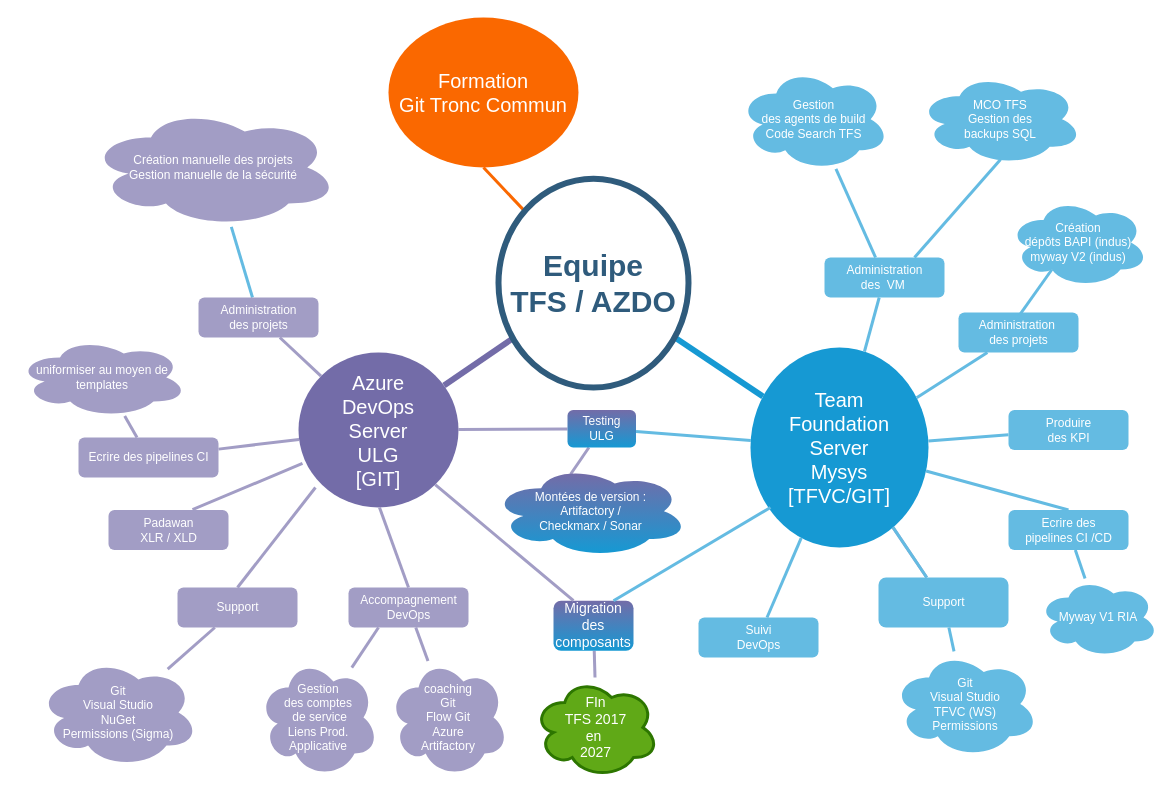
Above: TeamActivities.drawio in jmrablat/diagrams (draw.io), before the change. Source tidied: cells renumbered, new cells numbered last; positions are measured from the earlier drawing's top-left corner, leaving out a move shared by most shapes. Both pictures are drawn from the tidied source at 100%, with x=0, y=0 at pixel (17, 17).
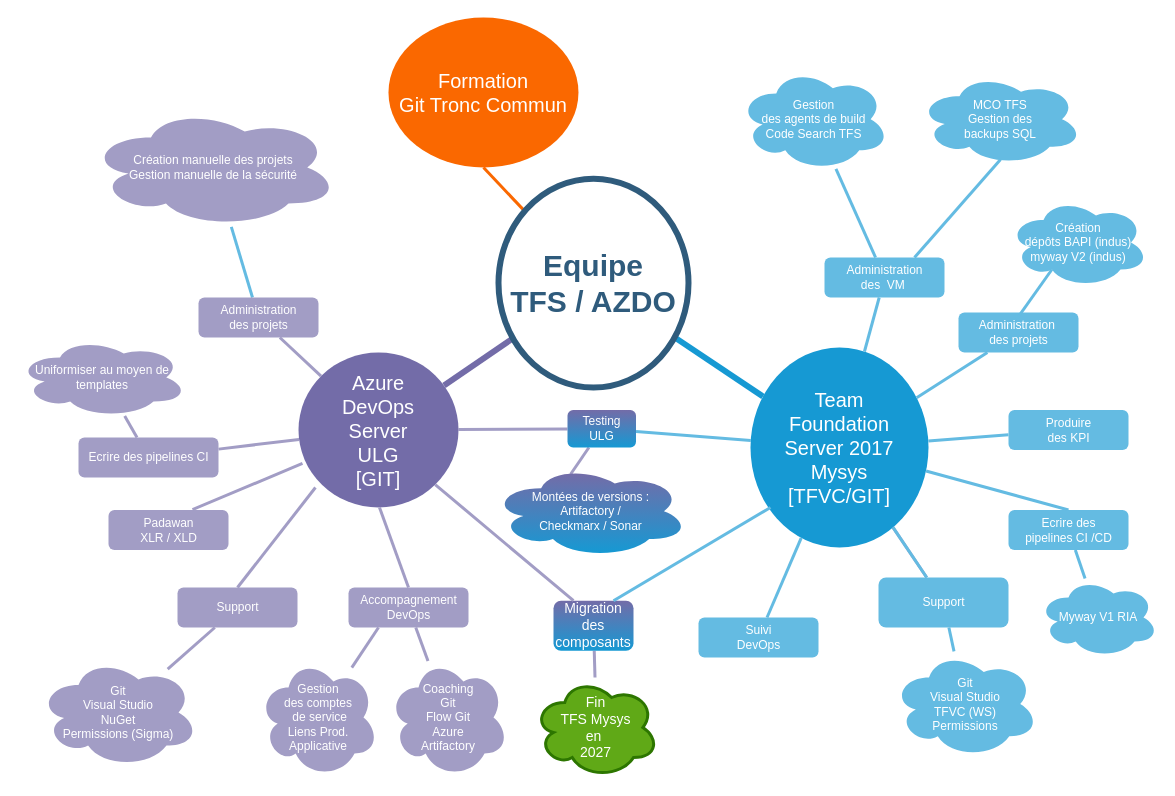
The same page after the edit.

Commit message:
1.0.1 corriger orthographe

Change to the diagram source:
```diff
@@
-    <mxCell id="4" value="Team &lt;br&gt;Foundation &lt;br&gt;Server &lt;br&gt;Mysys&lt;br&gt;[TFVC/GIT]" style="ellipse;whiteSpace=wrap;html=1;shadow=0;fontFamily=Helvetica;fontSize=20;fontColor=#FFFFFF;align=center;strokeWidth=3;fillColor=#1699D3;strokeColor=none;" parent="1" vertex="1">
+    <mxCell id="4" value="Team &lt;br&gt;Foundation &lt;br&gt;Server 2017&lt;br&gt;Mysys&lt;br&gt;[TFVC/GIT]" style="ellipse;whiteSpace=wrap;html=1;shadow=0;fontFamily=Helvetica;fontSize=20;fontColor=#FFFFFF;align=center;strokeWidth=3;fillColor=#1699D3;strokeColor=none;" parent="1" vertex="1">
       <mxGeometry x="733" y="330" width="178" height="200" as="geometry" />
     </mxCell>
@@
-    <mxCell id="39" value="coaching &lt;br&gt;Git&lt;br&gt;Flow Git&lt;br&gt;Azure&lt;br&gt;Artifactory&lt;br&gt;" style="ellipse;shape=cloud;whiteSpace=wrap;html=1;fillColor=#a29dc5;strokeColor=none;fontColor=#FFFFFF;rounded=1;strokeWidth=3;shadow=0;" parent="1" vertex="1">
+    <mxCell id="39" value="Coaching &lt;br&gt;Git&lt;br&gt;Flow Git&lt;br&gt;Azure&lt;br&gt;Artifactory" style="ellipse;shape=cloud;whiteSpace=wrap;html=1;fillColor=#a29dc5;strokeColor=none;fontColor=#FFFFFF;rounded=1;strokeWidth=3;shadow=0;" parent="1" vertex="1">
       <mxGeometry x="371" y="640" width="120" height="120" as="geometry" />
     </mxCell>
-    <mxCell id="40" value="uniformiser au moyen de templates" style="ellipse;shape=cloud;whiteSpace=wrap;html=1;fillColor=#a29dc5;strokeColor=none;fontColor=#FFFFFF;rounded=1;strokeWidth=3;shadow=0;" parent="1" vertex="1">
+    <mxCell id="40" value="Uniformiser au moyen de templates" style="ellipse;shape=cloud;whiteSpace=wrap;html=1;fillColor=#a29dc5;strokeColor=none;fontColor=#FFFFFF;rounded=1;strokeWidth=3;shadow=0;" parent="1" vertex="1">
       <mxGeometry y="320" width="170" height="80" as="geometry" />
     </mxCell>
@@
-    <mxCell id="43" value="Montées de version :&lt;br&gt;&lt;span style=&quot;background-color: initial; text-align: left;&quot;&gt;Artifactory /&lt;/span&gt;&lt;br&gt;&lt;span style=&quot;text-align: left; background-color: initial;&quot;&gt;Checkmarx /&amp;nbsp;&lt;/span&gt;&lt;span style=&quot;text-align: left; background-color: initial;&quot;&gt;Sonar&lt;/span&gt;" style="ellipse;shape=cloud;whiteSpace=wrap;html=1;fontSize=12;fillColor=#736ca8;strokeColor=none;fontColor=#FFFFFF;rounded=1;shadow=0;strokeWidth=3;gradientColor=#1699D3;" parent="1" vertex="1">
+    <mxCell id="43" value="Montées de versions :&lt;br&gt;&lt;span style=&quot;background-color: initial; text-align: left;&quot;&gt;Artifactory /&lt;/span&gt;&lt;br&gt;&lt;span style=&quot;text-align: left; background-color: initial;&quot;&gt;Checkmarx /&amp;nbsp;&lt;/span&gt;&lt;span style=&quot;text-align: left; background-color: initial;&quot;&gt;Sonar&lt;/span&gt;" style="ellipse;shape=cloud;whiteSpace=wrap;html=1;fontSize=12;fillColor=#736ca8;strokeColor=none;fontColor=#FFFFFF;rounded=1;shadow=0;strokeWidth=3;gradientColor=#1699D3;" parent="1" vertex="1">
       <mxGeometry x="474.5" y="447.5" width="196.5" height="92.5" as="geometry" />
     </mxCell>
@@
-    <mxCell id="61" value="FIn &lt;br&gt;TFS 2017&lt;br&gt;en&amp;nbsp;&lt;br&gt;2027" style="ellipse;shape=cloud;whiteSpace=wrap;html=1;fontSize=14;rounded=1;shadow=0;strokeWidth=3;fillColor=#60a917;fontColor=#ffffff;strokeColor=#2D7600;" parent="1" vertex="1">
+    <mxCell id="61" value="Fin &lt;br&gt;TFS Mysys&lt;br&gt;en&amp;nbsp;&lt;br&gt;2027" style="ellipse;shape=cloud;whiteSpace=wrap;html=1;fontSize=14;rounded=1;shadow=0;strokeWidth=3;fillColor=#60a917;fontColor=#ffffff;strokeColor=#2D7600;" parent="1" vertex="1">
       <mxGeometry x="516" y="660" width="125" height="100" as="geometry" />
     </mxCell>
```
